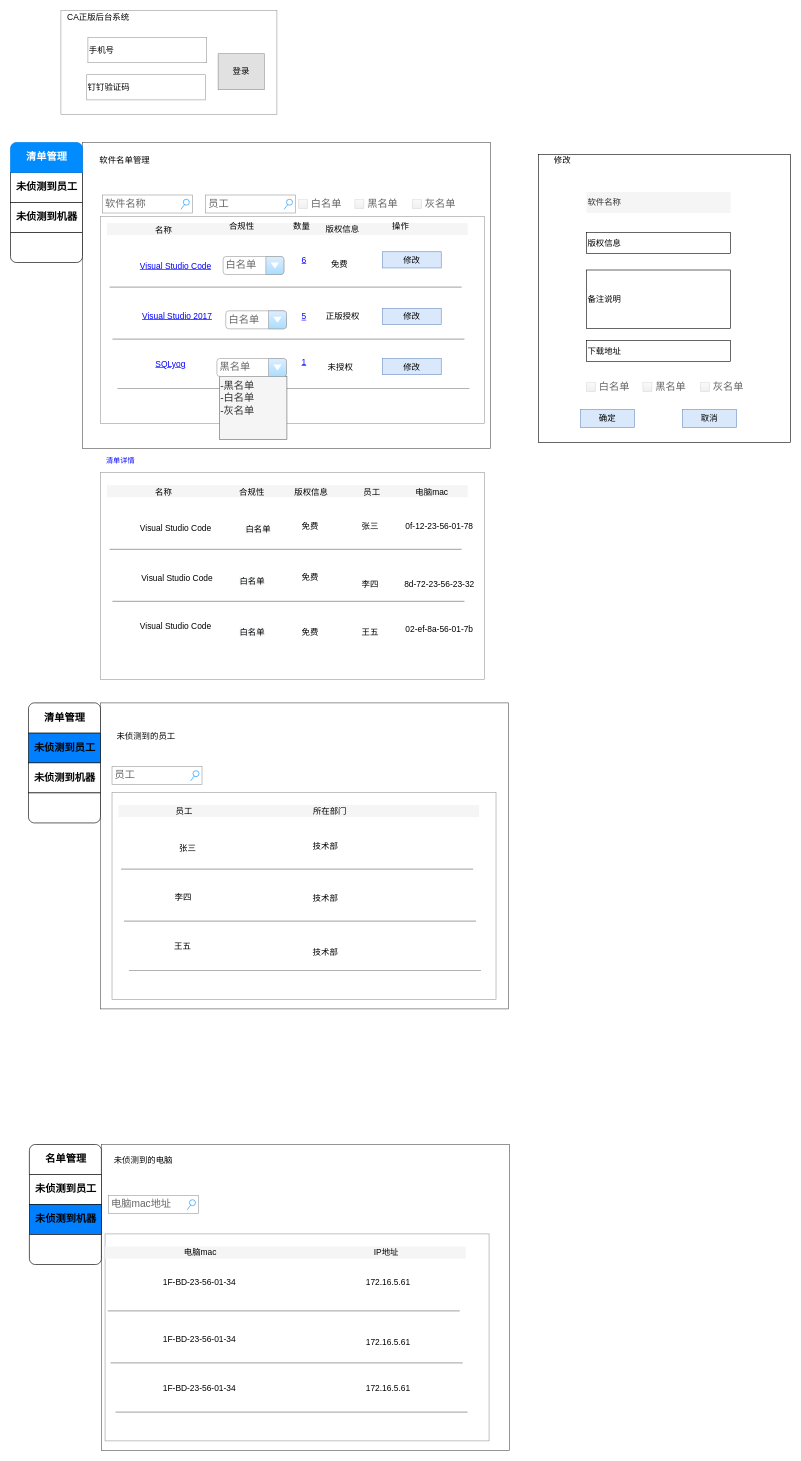
Above: page "后端 v2" (5 of 5) of 正版软件管理.drawio in mashifei/uml (draw.io), before the change. Source tidied: cells renumbered, new cells numbered last; positions are measured from the earlier drawing's top-left corner, leaving out a move shared by most shapes. Both pictures are drawn from the tidied source at 60%, with x=0, y=0 at pixel (10, 10).
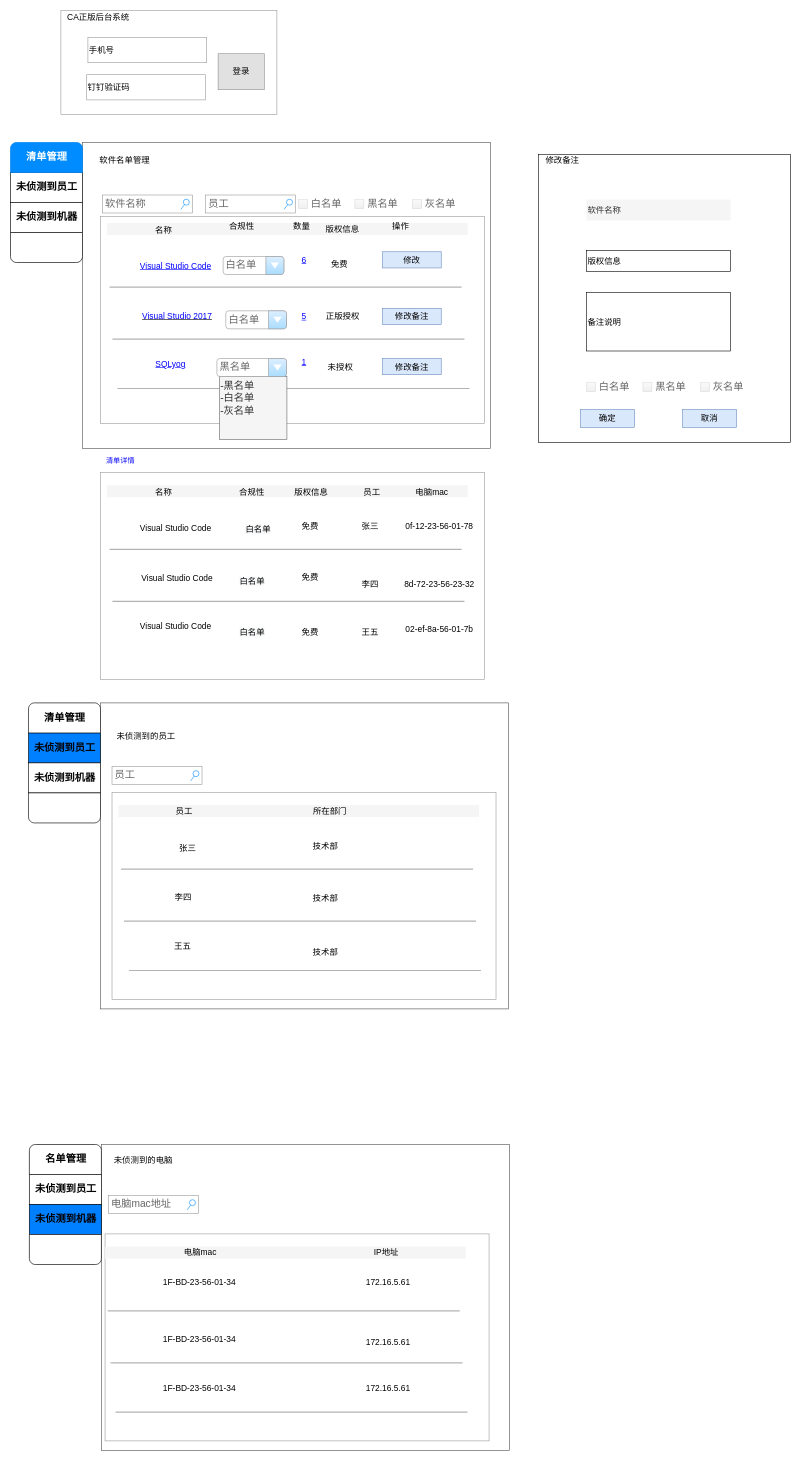
The same diagram, later.

Unchanged cells that the change refers to:
```xml
<mxCell id="9" style="group;" parent="1" vertex="1">
  <mxGeometry x="150" y="350" width="640" height="370" as="geometry" />
</mxCell>
```

Diff of the diagram source:
```diff
@@
-    <mxCell id="27" value="修改" style="rounded=0;whiteSpace=wrap;html=1;shadow=0;sketch=0;fontSize=14;fillColor=#dae8fc;strokeColor=#6c8ebf;" parent="9" vertex="1">
+    <mxCell id="27" value="修改备注" style="rounded=0;whiteSpace=wrap;html=1;shadow=0;sketch=0;fontSize=14;fillColor=#dae8fc;strokeColor=#6c8ebf;" parent="9" vertex="1">
       <mxGeometry x="470" y="230" width="97.9" height="27" as="geometry" />
     </mxCell>
@@
-    <mxCell id="31" value="修改" style="rounded=0;whiteSpace=wrap;html=1;shadow=0;sketch=0;fontSize=14;fillColor=#dae8fc;strokeColor=#6c8ebf;" parent="9" vertex="1">
+    <mxCell id="31" value="修改备注" style="rounded=0;whiteSpace=wrap;html=1;shadow=0;sketch=0;fontSize=14;fillColor=#dae8fc;strokeColor=#6c8ebf;" parent="9" vertex="1">
       <mxGeometry x="470" y="146.5" width="97.9" height="27" as="geometry" />
     </mxCell>
@@
-    <mxCell id="42" value="修改" style="text;html=1;strokeColor=none;fillColor=none;align=center;verticalAlign=middle;whiteSpace=wrap;rounded=0;shadow=0;sketch=0;fontSize=14;fontColor=#000000;" parent="1" vertex="1">
+    <mxCell id="42" value="修改备注" style="text;html=1;strokeColor=none;fillColor=none;align=center;verticalAlign=middle;whiteSpace=wrap;rounded=0;shadow=0;sketch=0;fontSize=14;fontColor=#000000;" parent="1" vertex="1">
       <mxGeometry x="870" y="240" width="100" height="20" as="geometry" />
     </mxCell>
     <mxCell id="43" value="软件名称" style="rounded=0;whiteSpace=wrap;html=1;shadow=0;sketch=0;fillColor=#f5f5f5;fontSize=14;fontColor=#333333;align=left;strokeColor=none;" parent="1" vertex="1">
-      <mxGeometry x="960" y="302.5" width="240" height="35" as="geometry" />
+      <mxGeometry x="960" y="315" width="240" height="35" as="geometry" />
     </mxCell>
     <mxCell id="44" value="版权信息" style="rounded=0;whiteSpace=wrap;html=1;shadow=0;sketch=0;strokeColor=#000000;fillColor=none;fontSize=14;fontColor=#000000;align=left;" parent="1" vertex="1">
-      <mxGeometry x="960" y="370" width="240" height="35" as="geometry" />
+      <mxGeometry x="960" y="400" width="240" height="35" as="geometry" />
     </mxCell>
     <mxCell id="45" value="备注说明" style="rounded=0;whiteSpace=wrap;html=1;shadow=0;sketch=0;strokeColor=#000000;fillColor=none;fontSize=14;fontColor=#000000;align=left;" parent="1" vertex="1">
-      <mxGeometry x="960" y="432.5" width="240" height="97.5" as="geometry" />
+      <mxGeometry x="960" y="470" width="240" height="97.5" as="geometry" />
     </mxCell>
@@
-    <mxCell id="49" value="下载地址" style="rounded=0;whiteSpace=wrap;html=1;shadow=0;sketch=0;strokeColor=#000000;fillColor=none;fontSize=14;fontColor=#000000;align=left;" parent="1" vertex="1">
-      <mxGeometry x="960" y="550" width="240" height="35" as="geometry" />
-    </mxCell>
```
